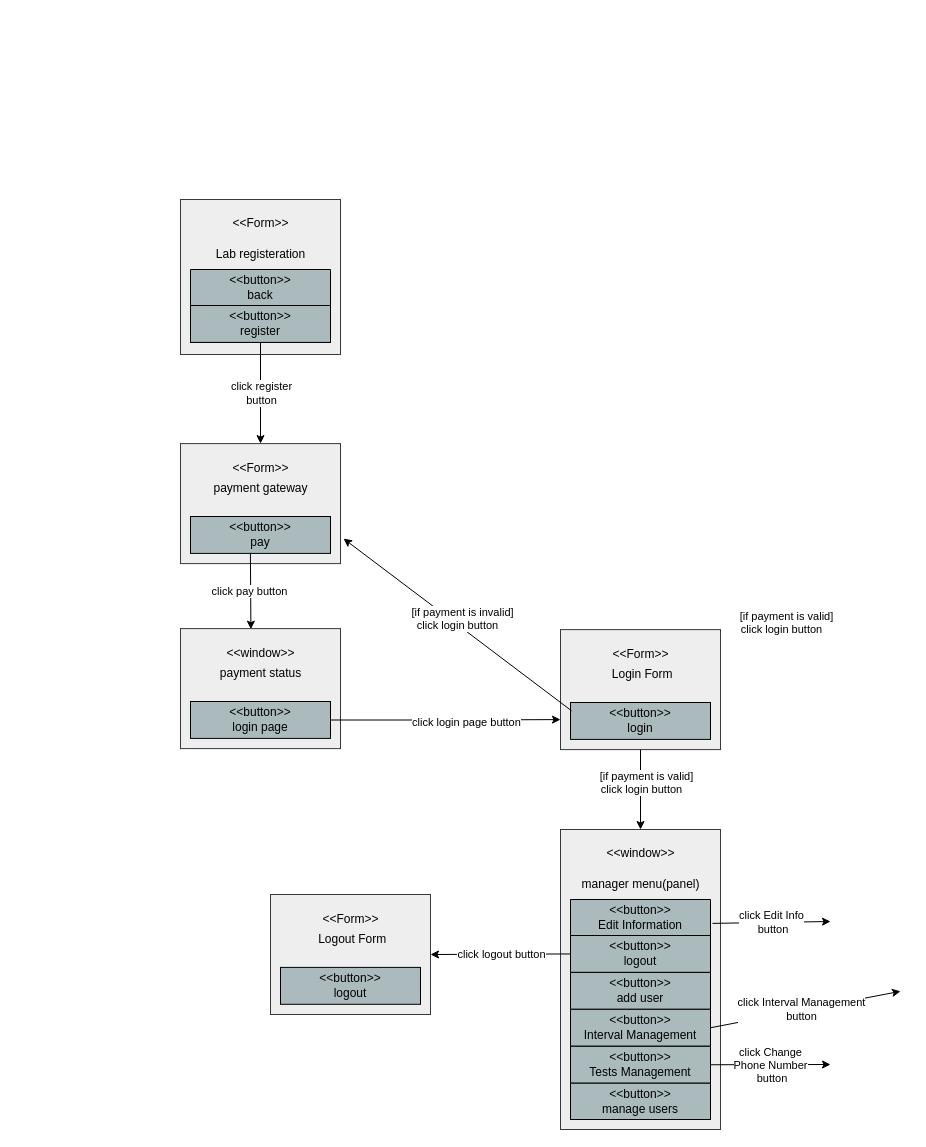
ArashSameni/SoftwareEngineering keeps this draw.io diagram as page "LabRegistration" (3 of 6) of WindowsNavigationDiagram.drawio. Above is the earlier version. Source tidied: cells renumbered, new cells numbered last; positions are measured from the earlier drawing's top-left corner, leaving out a move shared by most shapes. Both pictures are drawn from the tidied source at 100%, with x=0, y=0 at pixel (180, 199).
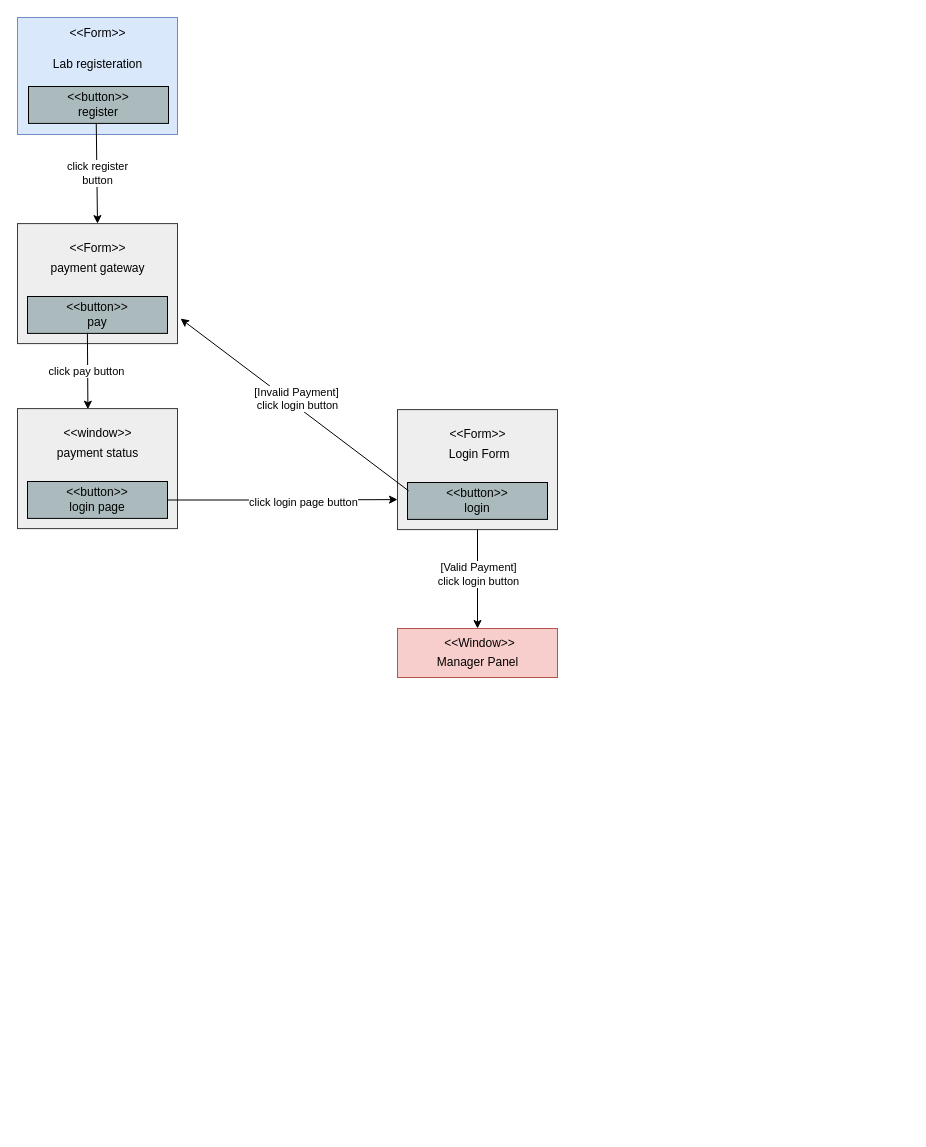
After the change.

Unchanged cells that the change refers to:
```xml
<mxCell id="3" style="group;imageAlign=center;fillColor=#eeeeee;strokeColor=#36393d;imageVerticalAlign=top;fixDash=1;" parent="2" vertex="1">
  <mxGeometry width="160" height="120" as="geometry" />
</mxCell>
<mxCell id="22" style="group;imageAlign=center;fillColor=#eeeeee;strokeColor=#36393d;imageVerticalAlign=top;fixDash=1;" parent="21" vertex="1">
  <mxGeometry width="160" height="120" as="geometry" />
</mxCell>
<mxCell id="27" style="endArrow=classic;html=1;rounded=0;entryX=1.019;entryY=0.792;entryDx=0;entryDy=0;entryPerimeter=0;exitX=0.008;exitY=0.226;exitDx=0;exitDy=0;exitPerimeter=0;" parent="1" edge="1" source="25" target="3">
  <mxGeometry relative="1" as="geometry" />
</mxCell>
```

The edit, as a diff of the source:
```diff
@@
     <mxCell id="2" style="group;" parent="1" vertex="1">
-      <mxGeometry y="244.1" width="160" height="120" as="geometry" />
+      <mxGeometry x="-163" y="24.1" width="160" height="120" as="geometry" />
     </mxCell>
@@
-    <mxCell id="7" style="group;imageAlign=center;fillColor=#eeeeee;strokeColor=#36393d;imageVerticalAlign=top;fixDash=1;" parent="1" vertex="1">
-      <mxGeometry width="160" height="155" as="geometry" />
+    <mxCell id="7" style="group;imageAlign=center;fillColor=#dae8fc;strokeColor=#6c8ebf;imageVerticalAlign=top;fixDash=1;" parent="1" vertex="1">
+      <mxGeometry x="-163" y="-182" width="160" height="117" as="geometry" />
     </mxCell>
     <mxCell id="8" value="Lab registeration" style="text;html=1;align=center;verticalAlign=middle;strokeColor=none;fillColor=none;imageAspect=0;imageVerticalAlign=top;fixDash=0;" parent="1" vertex="1">
-      <mxGeometry x="40" y="40" width="80" height="30" as="geometry" />
+      <mxGeometry x="-123" y="-150" width="80" height="30" as="geometry" />
     </mxCell>
     <mxCell id="9" value="&amp;lt;&amp;lt;Form&amp;gt;&amp;gt;" style="text;html=1;align=center;verticalAlign=middle;strokeColor=none;fillColor=none;imageAlign=center;" parent="1" vertex="1">
-      <mxGeometry x="40" y="9" width="80" height="30" as="geometry" />
+      <mxGeometry x="-123" y="-181" width="80" height="30" as="geometry" />
     </mxCell>
-    <mxCell id="10" value="&amp;lt;&amp;lt;button&amp;gt;&amp;gt;&lt;br&gt;back" style="swimlane;fontStyle=0;horizontal=1;startSize=36;whiteSpace=wrap;html=1;fillColor=#ABBBBD;strokeColor=#000000;fillStyle=auto;swimlaneFillColor=none;rounded=0;shadow=0;glass=0;swimlaneLine=1;noLabel=0;absoluteArcSize=0;portConstraintRotation=0;fixDash=0;backgroundOutline=0;enumerate=0;labelBackgroundColor=none;labelBorderColor=none;swimlaneHead=1;gradientColor=none;" parent="1" vertex="1">
-      <mxGeometry x="10" y="70" width="140" height="72.9" as="geometry" />
-    </mxCell>
-    <mxCell id="11" value="&amp;lt;&amp;lt;button&amp;gt;&amp;gt;&lt;br&gt;register" style="text;align=center;verticalAlign=middle;spacingLeft=4;spacingRight=4;overflow=hidden;points=[[0,0.5],[1,0.5]];portConstraint=eastwest;html=1;labelBackgroundColor=none;whiteSpace=wrap;labelBorderColor=none;strokeColor=#000000;fillColor=#ABBBBD;" parent="10" vertex="1">
-      <mxGeometry y="36" width="140" height="36.9" as="geometry" />
-    </mxCell>
-    <mxCell id="12" style="endArrow=classic;html=1;rounded=0;exitX=0.5;exitY=1;exitDx=0;exitDy=0;entryX=0.5;entryY=0;entryDx=0;entryDy=0;" parent="1" edge="1" source="10" target="3">
+    <mxCell id="12" style="endArrow=classic;html=1;rounded=0;entryX=0.5;entryY=0;entryDx=0;entryDy=0;exitX=0.484;exitY=0.974;exitDx=0;exitDy=0;exitPerimeter=0;" parent="1" edge="1" source="11" target="3">
       <mxGeometry relative="1" as="geometry" />
     </mxCell>
@@
     <mxCell id="16" style="group;" parent="1" vertex="1">
-      <mxGeometry y="429.1" width="160" height="120" as="geometry" />
+      <mxGeometry x="-163" y="209.1" width="160" height="120" as="geometry" />
     </mxCell>
@@
     <mxCell id="21" style="group;" parent="1" vertex="1">
-      <mxGeometry x="380" y="430.1" width="160" height="120" as="geometry" />
+      <mxGeometry x="217" y="210.1" width="160" height="120" as="geometry" />
     </mxCell>
@@
     <mxCell id="28" value="click login button" style="edgeLabel;html=1;align=center;verticalAlign=middle;" parent="27" vertex="1">
-      <mxGeometry relative="1" as="geometry" />
+      <mxGeometry relative="1" as="geometry">
+        <mxPoint x="3" as="offset" />
+      </mxGeometry>
     </mxCell>
-    <mxCell id="29" value="[if payment is invalid]" style="edgeLabel;html=1;align=center;verticalAlign=middle;" parent="27" vertex="1">
+    <mxCell id="29" value="[Invalid Payment]" style="edgeLabel;html=1;align=center;verticalAlign=middle;" parent="27" vertex="1">
       <mxGeometry relative="1" as="geometry">
-        <mxPoint x="5" y="-13" as="offset" />
+        <mxPoint x="2" y="-13" as="offset" />
       </mxGeometry>
     </mxCell>
     <mxCell id="30" value="&lt;span style=&quot;color: rgb(0, 0, 0); font-family: Helvetica; font-size: 11px; font-style: normal; font-variant-ligatures: normal; font-variant-caps: normal; font-weight: 400; letter-spacing: normal; orphans: 2; text-align: center; text-indent: 0px; text-transform: none; widows: 2; word-spacing: 0px; -webkit-text-stroke-width: 0px; background-color: rgb(255, 255, 255); text-decoration-thickness: initial; text-decoration-style: initial; text-decoration-color: initial; float: none; display: inline !important;&quot;&gt;click login page button&lt;/span&gt;" style="text;whiteSpace=wrap;html=1;" parent="1" vertex="1">
-      <mxGeometry x="230" y="509.1" width="120" height="40" as="geometry" />
+      <mxGeometry x="67" y="289.1" width="114" height="28.9" as="geometry" />
     </mxCell>
-    <mxCell id="31" style="group;imageAlign=center;fillColor=#eeeeee;strokeColor=#36393d;imageVerticalAlign=top;fixDash=1;" parent="1" vertex="1">
-      <mxGeometry x="380" y="630" width="160" height="300" as="geometry" />
-    </mxCell>
-    <mxCell id="32" value="manager menu(panel)" style="text;html=1;align=center;verticalAlign=middle;strokeColor=none;fillColor=none;imageAspect=0;imageVerticalAlign=top;fixDash=0;" parent="1" vertex="1">
-      <mxGeometry x="420" y="670" width="80" height="30" as="geometry" />
-    </mxCell>
-    <mxCell id="33" value="&amp;lt;&amp;lt;window&amp;gt;&amp;gt;" style="text;html=1;align=center;verticalAlign=middle;strokeColor=none;fillColor=none;imageAlign=center;" parent="1" vertex="1">
-      <mxGeometry x="415" y="639" width="90" height="30" as="geometry" />
-    </mxCell>
-    <mxCell id="34" value="&amp;lt;&amp;lt;button&amp;gt;&amp;gt;&lt;br&gt;&lt;div&gt;Edit Information&lt;/div&gt;" style="swimlane;fontStyle=0;horizontal=1;startSize=36;whiteSpace=wrap;html=1;fillColor=#ABBBBD;strokeColor=#000000;fillStyle=auto;swimlaneFillColor=none;rounded=0;shadow=0;glass=0;swimlaneLine=1;noLabel=0;absoluteArcSize=0;portConstraintRotation=0;fixDash=0;backgroundOutline=0;enumerate=0;labelBackgroundColor=none;labelBorderColor=none;swimlaneHead=1;gradientColor=none;" parent="1" vertex="1">
-      <mxGeometry x="390" y="700" width="140" height="183.7" as="geometry" />
-    </mxCell>
-    <mxCell id="35" value="&amp;lt;&amp;lt;button&amp;gt;&amp;gt;&lt;br&gt;logout" style="text;align=center;verticalAlign=middle;spacingLeft=4;spacingRight=4;overflow=hidden;points=[[0,0.5],[1,0.5]];portConstraint=eastwest;html=1;labelBackgroundColor=none;whiteSpace=wrap;labelBorderColor=none;strokeColor=#000000;fillColor=#ABBBBD;" parent="34" vertex="1">
-      <mxGeometry y="36" width="140" height="36.9" as="geometry" />
-    </mxCell>
-    <mxCell id="36" value="&amp;lt;&amp;lt;button&amp;gt;&amp;gt;&lt;br&gt;add user" style="text;align=center;verticalAlign=middle;spacingLeft=4;spacingRight=4;overflow=hidden;html=1;labelBackgroundColor=none;whiteSpace=wrap;labelBorderColor=none;strokeColor=#000000;fillColor=#ABBBBD;" parent="34" vertex="1">
-      <mxGeometry y="72.9" width="140" height="36.9" as="geometry" />
-    </mxCell>
-    <mxCell id="37" value="&amp;lt;&amp;lt;button&amp;gt;&amp;gt;&lt;br&gt;&lt;div&gt;Interval Management&lt;/div&gt;" style="text;align=center;verticalAlign=middle;spacingLeft=4;spacingRight=4;overflow=hidden;points=[[0,0.5],[1,0.5]];portConstraint=eastwest;html=1;labelBackgroundColor=none;whiteSpace=wrap;labelBorderColor=none;strokeColor=#000000;fillColor=#ABBBBD;" parent="34" vertex="1">
-      <mxGeometry y="109.8" width="140" height="36.9" as="geometry" />
-    </mxCell>
-    <mxCell id="38" value="&amp;lt;&amp;lt;button&amp;gt;&amp;gt;&lt;br&gt;&lt;div&gt;Tests Management&lt;/div&gt;" style="text;align=center;verticalAlign=middle;spacingLeft=4;spacingRight=4;overflow=hidden;points=[[0,0.5],[1,0.5]];portConstraint=eastwest;html=1;labelBackgroundColor=none;whiteSpace=wrap;labelBorderColor=none;strokeColor=#000000;fillColor=#ABBBBD;" parent="34" vertex="1">
-      <mxGeometry y="146.8" width="140" height="36.9" as="geometry" />
-    </mxCell>
-    <mxCell id="39" style="group;" parent="1" vertex="1">
-      <mxGeometry x="90" y="695" width="160" height="120" as="geometry" />
-    </mxCell>
-    <mxCell id="40" style="group;imageAlign=center;fillColor=#eeeeee;strokeColor=#36393d;imageVerticalAlign=top;fixDash=1;" parent="39" vertex="1">
-      <mxGeometry width="160" height="120" as="geometry" />
-    </mxCell>
-    <mxCell id="41" value="&amp;lt;&amp;lt;Form&amp;gt;&amp;gt;" style="text;html=1;align=center;verticalAlign=middle;strokeColor=none;fillColor=none;imageAlign=center;" parent="39" vertex="1">
-      <mxGeometry x="40" y="10" width="80" height="30" as="geometry" />
-    </mxCell>
-    <mxCell id="42" value="&amp;nbsp;Logout&amp;nbsp;Form" style="text;html=1;align=center;verticalAlign=middle;strokeColor=none;fillColor=none;imageAspect=0;imageVerticalAlign=top;fixDash=0;" parent="39" vertex="1">
-      <mxGeometry x="40" y="30" width="80" height="30" as="geometry" />
-    </mxCell>
-    <mxCell id="43" value="&amp;lt;&amp;lt;button&amp;gt;&amp;gt;&lt;br&gt;logout" style="text;align=center;verticalAlign=middle;spacingLeft=4;spacingRight=4;overflow=hidden;html=1;labelBackgroundColor=none;whiteSpace=wrap;labelBorderColor=none;strokeColor=#000000;fillColor=#ABBBBD;" parent="39" vertex="1">
-      <mxGeometry x="10" y="72.9" width="140" height="36.9" as="geometry" />
-    </mxCell>
-    <mxCell id="44" style="endArrow=classic;html=1;rounded=0;exitX=1.014;exitY=0.13;exitDx=0;exitDy=0;exitPerimeter=0;" parent="1" edge="1" source="34">
-      <mxGeometry relative="1" as="geometry">
-        <mxPoint x="650" y="722" as="targetPoint" />
-      </mxGeometry>
-    </mxCell>
-    <mxCell id="45" value="click Edit&amp;nbsp;Info&lt;br&gt;&amp;nbsp;button" style="edgeLabel;html=1;align=center;verticalAlign=middle;" parent="44" vertex="1">
-      <mxGeometry relative="1" as="geometry" />
-    </mxCell>
-    <mxCell id="46" style="endArrow=classic;html=1;rounded=0;entryX=1;entryY=0.5;entryDx=0;entryDy=0;exitX=0;exitY=0.5;exitDx=0;exitDy=0;" parent="1" edge="1" source="35" target="40">
-      <mxGeometry relative="1" as="geometry" />
-    </mxCell>
-    <mxCell id="47" value="click logout button" style="edgeLabel;html=1;align=center;verticalAlign=middle;" parent="46" vertex="1">
-      <mxGeometry relative="1" as="geometry" />
-    </mxCell>
-    <mxCell id="48" style="endArrow=classic;html=1;rounded=0;exitX=1;exitY=0.5;exitDx=0;exitDy=0;entryX=0;entryY=0.5;entryDx=0;entryDy=0;" parent="1" edge="1" source="37">
-      <mxGeometry relative="1" as="geometry">
-        <mxPoint x="720" y="791.8" as="targetPoint" />
-      </mxGeometry>
-    </mxCell>
-    <mxCell id="49" value="click Interval Management&lt;br&gt;button&lt;br&gt;" style="edgeLabel;html=1;align=center;verticalAlign=middle;" parent="48" vertex="1">
-      <mxGeometry relative="1" as="geometry">
-        <mxPoint x="-5" as="offset" />
-      </mxGeometry>
-    </mxCell>
-    <mxCell id="50" style="edgeStyle=orthogonalEdgeStyle;rounded=0;orthogonalLoop=1;jettySize=auto;html=1;exitX=0;exitY=0;exitDx=0;exitDy=0;" parent="48" edge="1" source="49" target="49">
-      <mxGeometry relative="1" as="geometry" />
-    </mxCell>
-    <mxCell id="51" style="endArrow=classic;html=1;rounded=0;exitX=1;exitY=0.5;exitDx=0;exitDy=0;" parent="1" edge="1" source="38">
-      <mxGeometry relative="1" as="geometry">
-        <mxPoint x="650" y="865" as="targetPoint" />
-      </mxGeometry>
-    </mxCell>
-    <mxCell id="52" value="click&amp;nbsp;Change &lt;br&gt;Phone Number&lt;br&gt;&amp;nbsp;button" style="edgeLabel;html=1;align=center;verticalAlign=middle;" parent="51" vertex="1">
-      <mxGeometry relative="1" as="geometry" />
-    </mxCell>
-    <mxCell id="53" value="click login button" style="edgeLabel;html=1;align=center;verticalAlign=middle;" parent="1" vertex="1">
-      <mxGeometry x="600" y="429.1" as="geometry" />
-    </mxCell>
-    <mxCell id="54" value="[if payment is valid]" style="edgeLabel;html=1;align=center;verticalAlign=middle;" parent="1" vertex="1">
-      <mxGeometry x="605" y="416.1" as="geometry" />
-    </mxCell>
-    <mxCell id="55" value="&amp;lt;&amp;lt;button&amp;gt;&amp;gt;&lt;br&gt;&lt;div&gt;manage users&lt;/div&gt;" style="text;align=center;verticalAlign=middle;spacingLeft=4;spacingRight=4;overflow=hidden;html=1;labelBackgroundColor=none;whiteSpace=wrap;labelBorderColor=none;strokeColor=#000000;fillColor=#ABBBBD;" parent="1" vertex="1">
-      <mxGeometry x="390" y="883.7" width="140" height="36.3" as="geometry" />
-    </mxCell>
-    <mxCell id="56" style="edgeStyle=orthogonalEdgeStyle;rounded=0;jettySize=auto;html=1;entryX=0.5;entryY=0;entryDx=0;entryDy=0;" parent="1" edge="1" source="22" target="31">
+    <mxCell id="56" style="edgeStyle=orthogonalEdgeStyle;rounded=0;jettySize=auto;html=1;entryX=0.5;entryY=0;entryDx=0;entryDy=0;" parent="1" edge="1" source="22" target="59">
       <mxGeometry relative="1" as="geometry" />
     </mxCell>
-    <mxCell id="57" value="click login button" style="edgeLabel;html=1;align=center;verticalAlign=middle;" parent="1" vertex="1">
-      <mxGeometry x="460" y="589.1" as="geometry" />
+    <mxCell id="57" value="[Valid Payment]&lt;br&gt;click login button" style="edgeLabel;html=1;align=center;verticalAlign=middle;" parent="1" vertex="1">
+      <mxGeometry x="251.5" y="360" width="93" height="29.9" as="geometry" />
     </mxCell>
-    <mxCell id="58" value="[if payment is valid]" style="edgeLabel;html=1;align=center;verticalAlign=middle;" parent="1" vertex="1">
-      <mxGeometry x="465" y="576.1" as="geometry" />
-    </mxCell>
+    <mxCell id="11" value="&amp;lt;&amp;lt;button&amp;gt;&amp;gt;&lt;br&gt;register" style="text;align=center;verticalAlign=middle;spacingLeft=4;spacingRight=4;overflow=hidden;points=[[0,0.5],[1,0.5]];portConstraint=eastwest;html=1;labelBackgroundColor=none;whiteSpace=wrap;labelBorderColor=none;strokeColor=#000000;fillColor=#ABBBBD;" parent="1" vertex="1">
+      <mxGeometry x="-152" y="-113" width="140" height="36.9" as="geometry" />
+    </mxCell>
+    <mxCell id="59" style="group;" parent="1" vertex="1">
+      <mxGeometry x="217" y="429" width="160" height="49" as="geometry" />
+    </mxCell>
+    <mxCell id="60" style="group;imageAlign=center;fillColor=#f8cecc;strokeColor=#b85450;imageVerticalAlign=top;fixDash=1;" parent="59" vertex="1">
+      <mxGeometry width="160" height="49" as="geometry" />
+    </mxCell>
+    <mxCell id="61" value="&amp;lt;&amp;lt;Window&amp;gt;&amp;gt;" style="text;html=1;align=center;verticalAlign=middle;strokeColor=none;fillColor=none;imageAlign=center;" parent="59" vertex="1">
+      <mxGeometry x="37" y="2.2" width="89" height="26" as="geometry" />
+    </mxCell>
+    <mxCell id="62" value="Manager Panel" style="text;html=1;align=center;verticalAlign=middle;strokeColor=none;fillColor=none;imageAspect=0;imageVerticalAlign=top;fixDash=0;" parent="59" vertex="1">
+      <mxGeometry x="40" y="28.1" width="80" height="12.2" as="geometry" />
+    </mxCell>
```
